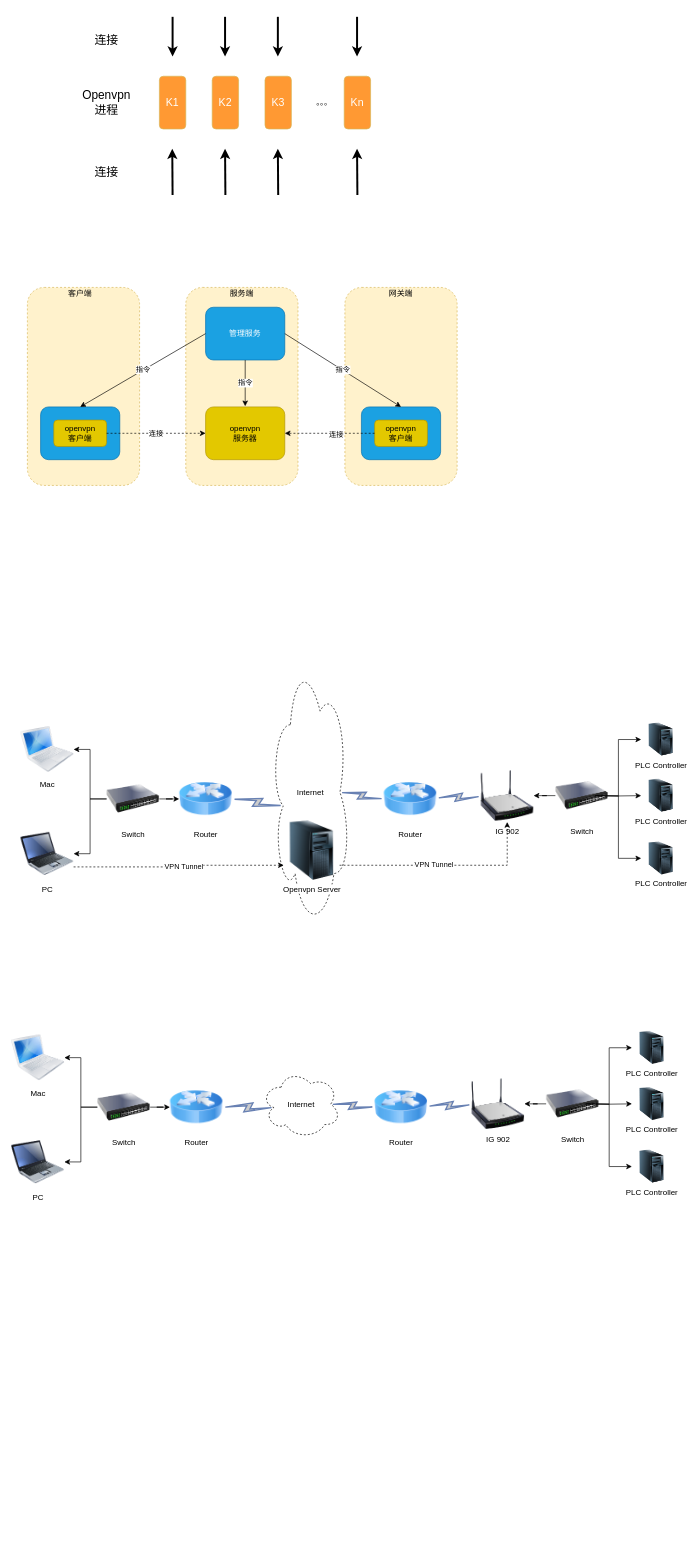
Earlier version of the draw.io diagram new device touch.drawio (huhailong147/Test). Source tidied: cells renumbered, new cells numbered last; positions are measured from the earlier drawing's top-left corner, leaving out a move shared by most shapes. Both pictures are drawn from the tidied source at 66%, with x=0, y=0 at pixel (11, 16).
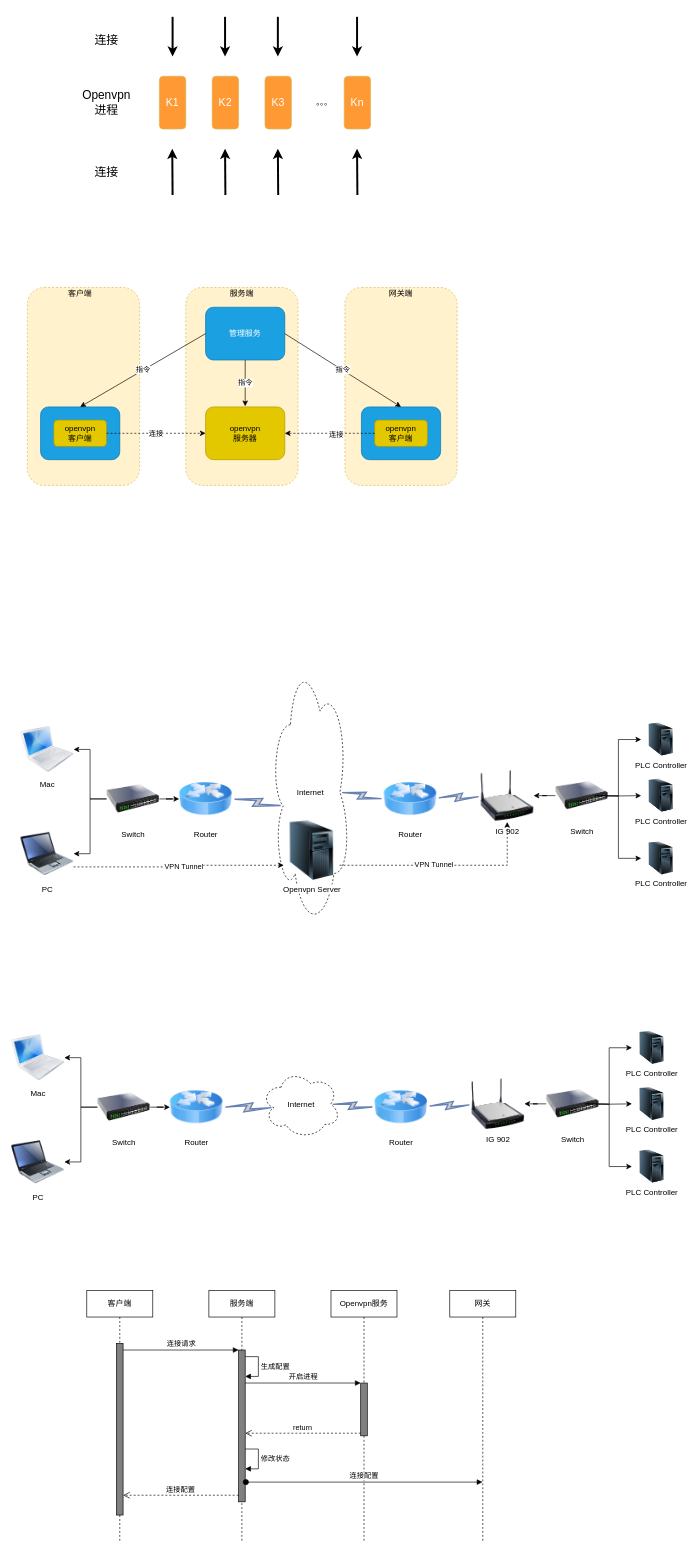
Above is the later version.

The edit, as a diff of the source:
```diff
@@
+    <mxCell id="83" value="客户端" style="shape=umlLifeline;perimeter=lifelinePerimeter;whiteSpace=wrap;html=1;" parent="1" vertex="1">
+      <mxGeometry x="114" y="1930" width="100" height="380" as="geometry" />
+    </mxCell>
+    <mxCell id="84" style="html=1;perimeter=orthogonalPerimeter;fillColor=#808080;" parent="83" vertex="1">
+      <mxGeometry x="45" y="80" width="10" height="260" as="geometry" />
+    </mxCell>
+    <mxCell id="85" value="服务端" style="shape=umlLifeline;perimeter=lifelinePerimeter;whiteSpace=wrap;html=1;" parent="1" vertex="1">
+      <mxGeometry x="299" y="1930" width="100" height="380" as="geometry" />
+    </mxCell>
+    <mxCell id="86" style="html=1;points=[];perimeter=orthogonalPerimeter;fillColor=#808080;" parent="85" vertex="1">
+      <mxGeometry x="45" y="90" width="10" height="230" as="geometry" />
+    </mxCell>
+    <mxCell id="87" value="生成配置" style="edgeStyle=orthogonalEdgeStyle;html=1;align=left;spacingLeft=2;endArrow=block;rounded=0;" parent="85" edge="1" source="86">
+      <mxGeometry relative="1" as="geometry">
+        <mxPoint x="55" y="130" as="targetPoint" />
+        <Array as="points">
+          <mxPoint x="75" y="100" />
+          <mxPoint x="75" y="130" />
+          <mxPoint x="55" y="130" />
+        </Array>
+      </mxGeometry>
+    </mxCell>
+    <mxCell id="88" value="修改状态" style="edgeStyle=orthogonalEdgeStyle;html=1;align=left;spacingLeft=2;endArrow=block;rounded=0;" parent="85" edge="1">
+      <mxGeometry relative="1" as="geometry">
+        <mxPoint x="55" y="240" as="sourcePoint" />
+        <mxPoint x="55" y="270" as="targetPoint" />
+        <Array as="points">
+          <mxPoint x="75" y="240" />
+          <mxPoint x="75" y="270" />
+          <mxPoint x="55" y="270" />
+        </Array>
+      </mxGeometry>
+    </mxCell>
+    <mxCell id="89" value="Openvpn服务" style="shape=umlLifeline;perimeter=lifelinePerimeter;whiteSpace=wrap;html=1;" parent="1" vertex="1">
+      <mxGeometry x="484" y="1930" width="100" height="380" as="geometry" />
+    </mxCell>
+    <mxCell id="90" style="html=1;points=[];perimeter=orthogonalPerimeter;fillColor=#808080;" parent="89" vertex="1">
+      <mxGeometry x="45" y="140" width="10" height="80" as="geometry" />
+    </mxCell>
+    <mxCell id="91" value="网关" style="shape=umlLifeline;perimeter=lifelinePerimeter;whiteSpace=wrap;html=1;outlineConnect=0;" parent="1" vertex="1">
+      <mxGeometry x="664" y="1930" width="100" height="380" as="geometry" />
+    </mxCell>
+    <mxCell id="92" value="开启进程" style="html=1;verticalAlign=bottom;endArrow=block;entryX=0;entryY=0;" parent="1" edge="1" target="90">
+      <mxGeometry relative="1" as="geometry">
+        <mxPoint x="354" y="2070" as="sourcePoint" />
+      </mxGeometry>
+    </mxCell>
+    <mxCell id="93" value="return" style="html=1;verticalAlign=bottom;endArrow=open;dashed=1;endSize=8;exitX=0;exitY=0.95;" parent="1" edge="1" source="90">
+      <mxGeometry relative="1" as="geometry">
+        <mxPoint x="354" y="2146" as="targetPoint" />
+      </mxGeometry>
+    </mxCell>
+    <mxCell id="94" value="连接配置" style="html=1;verticalAlign=bottom;startArrow=oval;endArrow=block;startSize=8;exitX=1.1;exitY=0.87;exitDx=0;exitDy=0;exitPerimeter=0;" parent="1" edge="1" source="86" target="91">
+      <mxGeometry relative="1" as="geometry" />
+    </mxCell>
+    <mxCell id="95" value="连接请求" style="html=1;verticalAlign=bottom;endArrow=block;entryX=0;entryY=0;" parent="1" edge="1">
+      <mxGeometry relative="1" as="geometry">
+        <mxPoint x="169" y="2020" as="sourcePoint" />
+        <mxPoint x="344" y="2020" as="targetPoint" />
+      </mxGeometry>
+    </mxCell>
+    <mxCell id="96" value="连接配置" style="html=1;verticalAlign=bottom;endArrow=open;dashed=1;endSize=8;exitX=0;exitY=0.95;" parent="1" edge="1">
+      <mxGeometry relative="1" as="geometry">
+        <mxPoint x="344" y="2240" as="sourcePoint" />
+        <mxPoint x="169" y="2240" as="targetPoint" />
+      </mxGeometry>
+    </mxCell>
```
